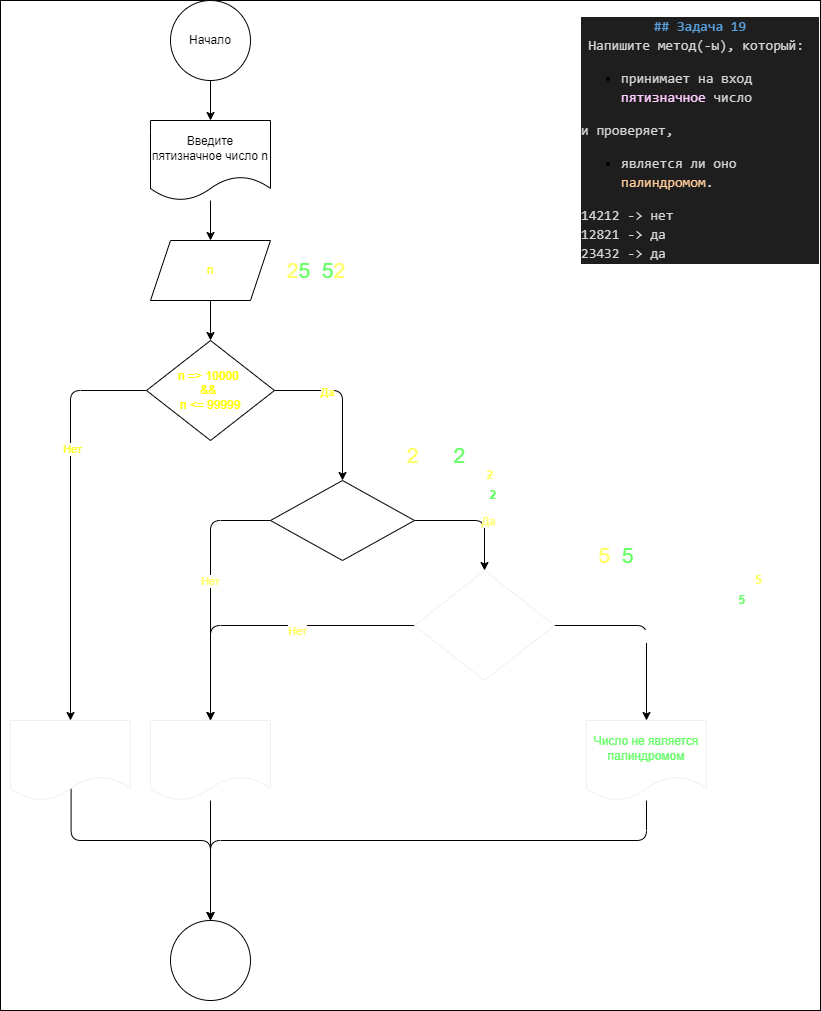
Earlier version of the draw.io export Homework/Homewotk_03/Ex019/diagramma.drawio.png (dvmax1984/Csharp25022023). Source tidied: cells renumbered, new cells last; positions are measured from the earlier drawing's top-left corner, leaving out a move shared by most shapes.
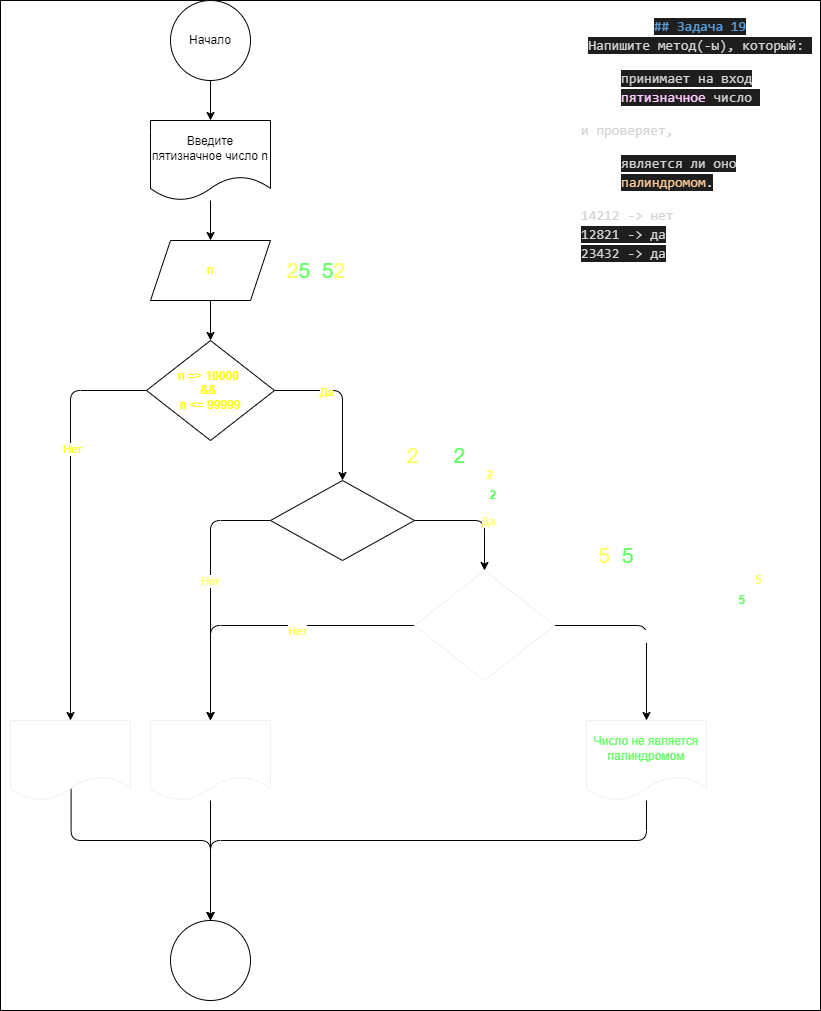
The same file after the commit.

Commit message:
Обновил диграмму в задаче HW03Ex019

Change to the diagram source:
```diff
@@ -5,7 +5,7 @@
     <mxCell id="2" style="rounded=0;whiteSpace=wrap;html=1;" parent="1" vertex="1">
       <mxGeometry width="820" height="1010" as="geometry" />
     </mxCell>
-    <mxCell id="3" value="&lt;div style=&quot;background-color: rgb(30, 30, 30); line-height: 19px;&quot;&gt;&lt;div style=&quot;color: rgb(212, 212, 212); font-family: Consolas, &amp;quot;Courier New&amp;quot;, monospace; font-size: 14px;&quot;&gt;&lt;span style=&quot;color: #569cd6;font-weight: bold;&quot;&gt;## Задача 19&lt;/span&gt;&lt;/div&gt;&lt;div style=&quot;font-family: Consolas, &amp;quot;Courier New&amp;quot;, monospace; font-size: 14px;&quot;&gt;&lt;span style=&quot;color: rgb(212, 212, 212); text-align: left;&quot;&gt;Напишите метод(-ы), который:&amp;nbsp;&lt;/span&gt;&lt;br&gt;&lt;ul style=&quot;&quot;&gt;&lt;li style=&quot;text-align: left;&quot;&gt;&lt;font color=&quot;#d4d4d4&quot;&gt;принимает на вход &lt;/font&gt;&lt;font color=&quot;#ffccff&quot;&gt;пятизначное &lt;/font&gt;&lt;font color=&quot;#d4d4d4&quot;&gt;число&amp;nbsp;&lt;/font&gt;&lt;/li&gt;&lt;/ul&gt;&lt;span style=&quot;color: rgb(212, 212, 212);&quot;&gt;&lt;div style=&quot;text-align: left;&quot;&gt;и проверяет,&amp;nbsp;&lt;/div&gt;&lt;/span&gt;&lt;ul style=&quot;&quot;&gt;&lt;li style=&quot;text-align: left;&quot;&gt;&lt;font color=&quot;#d4d4d4&quot;&gt;является ли оно &lt;/font&gt;&lt;font color=&quot;#ffcc99&quot;&gt;палиндромом&lt;/font&gt;&lt;font color=&quot;#d4d4d4&quot;&gt;.&lt;/font&gt;&lt;/li&gt;&lt;/ul&gt;&lt;span style=&quot;color: rgb(212, 212, 212);&quot;&gt;&lt;div style=&quot;text-align: left;&quot;&gt;14212 -&amp;gt; нет&lt;/div&gt;&lt;/span&gt;&lt;div style=&quot;color: rgb(212, 212, 212); text-align: left;&quot;&gt;12821 -&amp;gt; да&lt;/div&gt;&lt;/div&gt;&lt;div style=&quot;&quot;&gt;&lt;div style=&quot;text-align: left;&quot;&gt;&lt;font face=&quot;Consolas, Courier New, monospace&quot; color=&quot;#d4d4d4&quot;&gt;&lt;span style=&quot;font-size: 14px;&quot;&gt;23432 -&amp;gt; да&lt;/span&gt;&lt;/font&gt;&lt;/div&gt;&lt;/div&gt;&lt;/div&gt;" style="text;strokeColor=none;align=center;fillColor=none;html=1;verticalAlign=middle;whiteSpace=wrap;rounded=0;" parent="1" vertex="1">
+    <mxCell id="3" value="&lt;div style=&quot;line-height: 19px;&quot;&gt;&lt;div style=&quot;color: rgb(212, 212, 212); font-family: Consolas, &amp;quot;Courier New&amp;quot;, monospace; font-size: 14px;&quot;&gt;&lt;span style=&quot;color: rgb(86, 156, 214); font-weight: bold; background-color: rgb(30, 30, 30);&quot;&gt;## Задача 19&lt;/span&gt;&lt;/div&gt;&lt;div style=&quot;font-family: Consolas, &amp;quot;Courier New&amp;quot;, monospace; font-size: 14px;&quot;&gt;&lt;span style=&quot;background-color: rgb(30, 30, 30);&quot;&gt;&lt;span style=&quot;color: rgb(212, 212, 212); text-align: left;&quot;&gt;Напишите метод(-ы), который:&amp;nbsp;&lt;/span&gt;&lt;br&gt;&lt;/span&gt;&lt;ul style=&quot;&quot;&gt;&lt;li style=&quot;text-align: left;&quot;&gt;&lt;span style=&quot;background-color: rgb(30, 30, 30);&quot;&gt;&lt;font color=&quot;#d4d4d4&quot;&gt;принимает на вход &lt;/font&gt;&lt;font color=&quot;#ffccff&quot;&gt;пятизначное &lt;/font&gt;&lt;font color=&quot;#d4d4d4&quot;&gt;число&amp;nbsp;&lt;/font&gt;&lt;/span&gt;&lt;/li&gt;&lt;/ul&gt;&lt;span style=&quot;color: rgb(212, 212, 212); background-color: rgb(30, 30, 30);&quot;&gt;&lt;div style=&quot;text-align: left;&quot;&gt;и проверяет,&amp;nbsp;&lt;/div&gt;&lt;/span&gt;&lt;ul style=&quot;&quot;&gt;&lt;li style=&quot;text-align: left;&quot;&gt;&lt;span style=&quot;background-color: rgb(30, 30, 30);&quot;&gt;&lt;font color=&quot;#d4d4d4&quot;&gt;является ли оно &lt;/font&gt;&lt;font color=&quot;#ffcc99&quot;&gt;палиндромом&lt;/font&gt;&lt;font color=&quot;#d4d4d4&quot;&gt;.&lt;/font&gt;&lt;/span&gt;&lt;/li&gt;&lt;/ul&gt;&lt;span style=&quot;color: rgb(212, 212, 212); background-color: rgb(30, 30, 30);&quot;&gt;&lt;div style=&quot;text-align: left;&quot;&gt;14212 -&amp;gt; нет&lt;/div&gt;&lt;/span&gt;&lt;div style=&quot;color: rgb(212, 212, 212); text-align: left;&quot;&gt;&lt;span style=&quot;background-color: rgb(30, 30, 30);&quot;&gt;12821 -&amp;gt; да&lt;/span&gt;&lt;/div&gt;&lt;/div&gt;&lt;div style=&quot;&quot;&gt;&lt;div style=&quot;text-align: left;&quot;&gt;&lt;font style=&quot;&quot; face=&quot;Consolas, Courier New, monospace&quot; color=&quot;#d4d4d4&quot;&gt;&lt;span style=&quot;font-size: 14px; background-color: rgb(30, 30, 30);&quot;&gt;23432 -&amp;gt; да&lt;/span&gt;&lt;/font&gt;&lt;/div&gt;&lt;/div&gt;&lt;/div&gt;" style="text;strokeColor=none;align=center;fillColor=none;html=1;verticalAlign=middle;whiteSpace=wrap;rounded=0;fontColor=#ffffff;" parent="1" vertex="1">
       <mxGeometry x="580" y="10" width="240" height="260" as="geometry" />
     </mxCell>
     <mxCell id="4" style="edgeStyle=none;html=1;" parent="1" edge="1" source="5" target="7">
```
